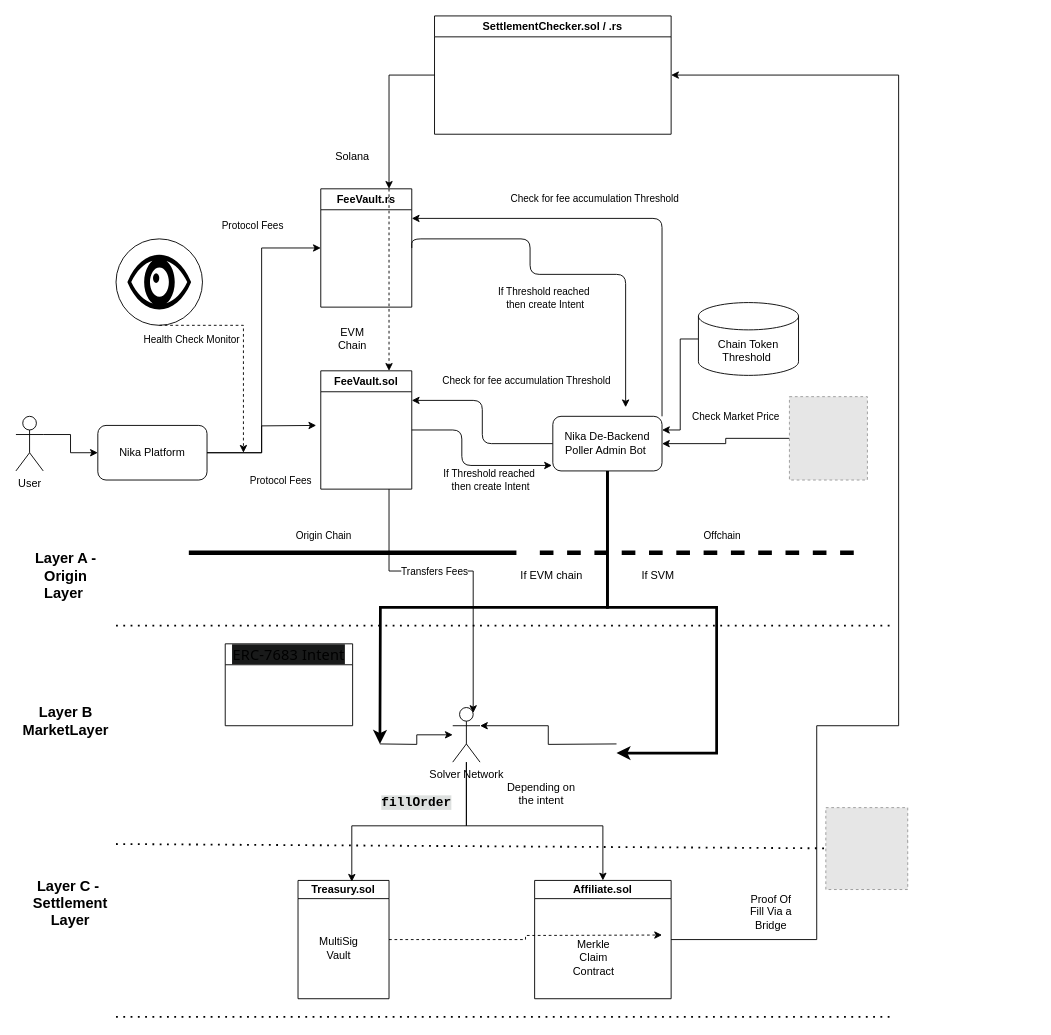
Earlier version of the draw.io diagram page "v2" (3 of 3) of Nika Finance SD.drawio (ChanX21/Diagrams). Source tidied: cells renumbered, new cells numbered last; positions are measured from the earlier drawing's top-left corner, leaving out a move shared by most shapes. Both pictures are drawn from the tidied source at 91%, with x=0, y=0 at pixel (15, 15). Pictures stored in the file or linked from it are replaced by grey dashed boxes.
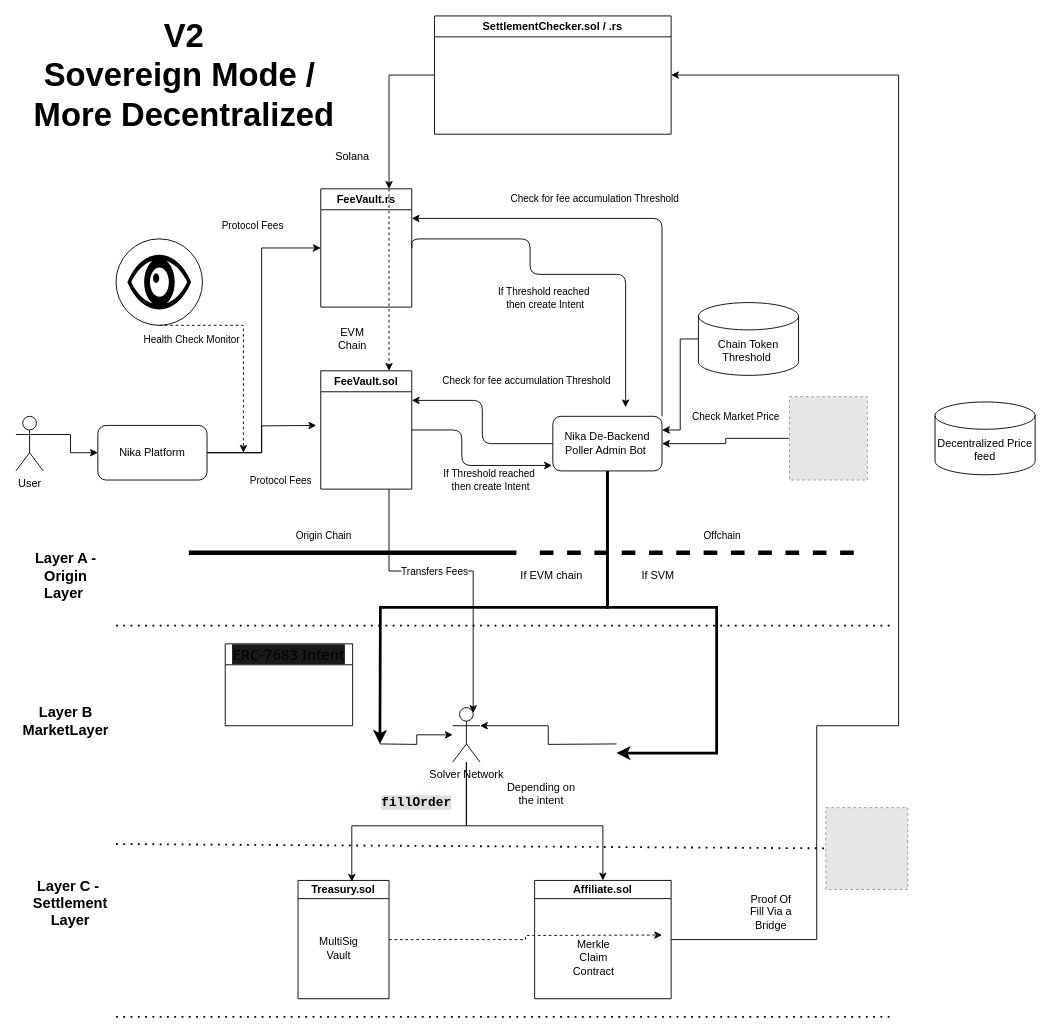
Above is the later version.

What changed in the source:
```diff
@@
+    <mxCell id="65" value="Decentralized Price feed" style="shape=cylinder3;whiteSpace=wrap;html=1;boundedLbl=1;backgroundOutline=1;size=15;" parent="1" vertex="1">
+      <mxGeometry x="1010" y="424.2" width="110" height="80" as="geometry" />
+    </mxCell>
+    <mxCell id="66" value="V2&lt;div&gt;Sovereign Mode /&amp;nbsp;&lt;/div&gt;&lt;div&gt;More Decentralized&lt;/div&gt;" style="text;html=1;whiteSpace=wrap;strokeColor=none;fillColor=none;align=center;verticalAlign=middle;rounded=0;fontSize=36;fontStyle=1;" parent="1" vertex="1">
+      <mxGeometry y="50" width="370" height="30" as="geometry" />
+    </mxCell>
```
